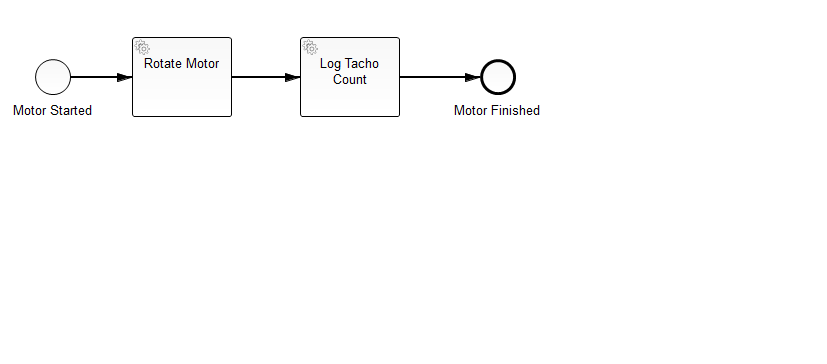
The BPMN diagram CubeSolving/src/main/resources/com/videaps/cube/solving/access/RotateMotorProcess.png in olihock/RubiksCube, before a commit. Its source is kept beside it as CubeSolving/src/main/resources/com/videaps/cube/solving/access/RotateMotorProcess.bpmn. Ids are renumbered.
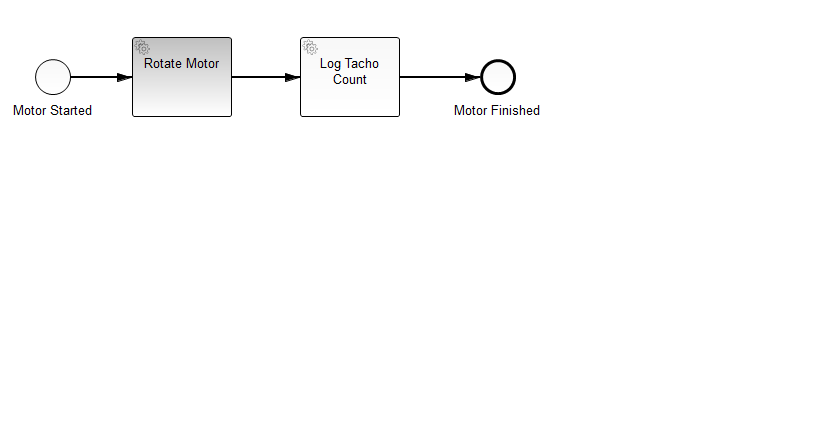
The same diagram one commit later.

Change to the diagram source:
```diff
@@ -16,6 +16,9 @@
         </camunda:field>
         <camunda:field name="immediateReturn">
           <camunda:expression>${immediateReturn}</camunda:expression>
+        </camunda:field>
+        <camunda:field name="speed">
+          <camunda:expression>${speed}</camunda:expression>
         </camunda:field>
       </bpmn2:extensionElements>
       <bpmn2:incoming>SequenceFlow_1</bpmn2:incoming>
```
